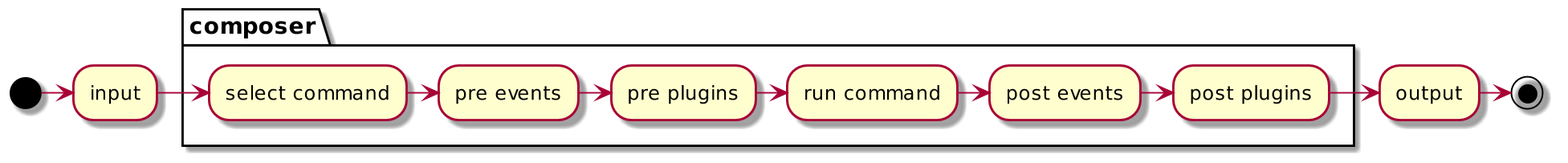
Before: pictures/schema/composer-with-plugins.png, a diagram exported from PlantUML (hanovruslan/phpfest-2020-composer-plus-plus).
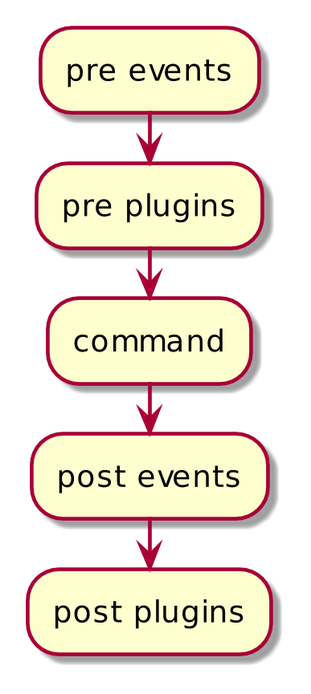
Later version of the same file.

The edit, as a diff of the source:
```diff
@@ -1,14 +1,12 @@
 @startuml
-scale 1920*1200
-(*) -right-> input
-partition composer {
-    "input" -right-> "select command"
-    "select command" -right-> "pre events"
-    "pre events" -right-> "pre plugins"
-    "pre plugins" -right-> "run command"
-    "run command" -right-> "post events"
-    "post events" -right-> "post plugins"
-}
-"post plugins" -right-> "output"
-"output" -right-> (*)
+
+scale 1024 width
+scale 800 height
+
+:pre events;
+:pre plugins;
+:command;
+:post events;
+:post plugins;
+
 @enduml
```
